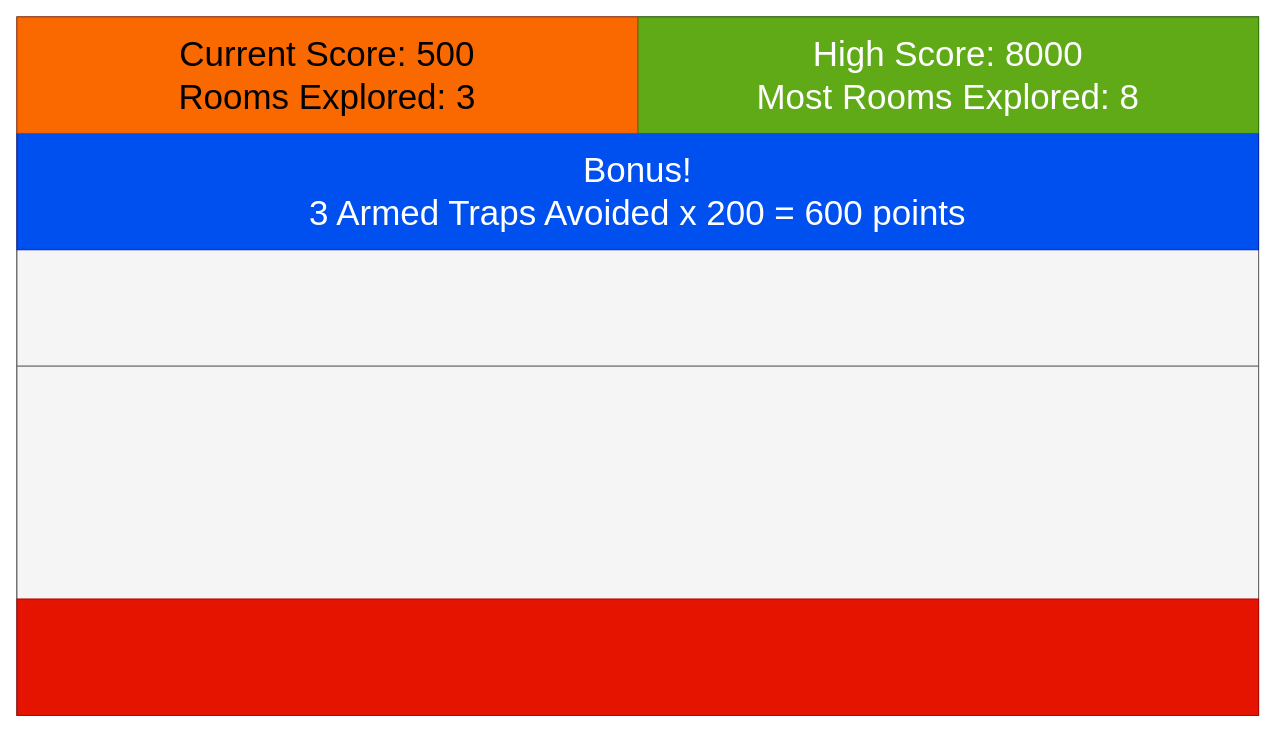
The draw.io diagram docs/wireframes/ScoreUI-Sizing.drawio in divark/escaping-the-depths, before the edit. Source tidied: cells renumbered, new cells numbered last; positions are measured from the earlier drawing's top-left corner, leaving out a move shared by most shapes. Both pictures are drawn from the tidied source at 97%, with x=0, y=0 at pixel (16, 16).
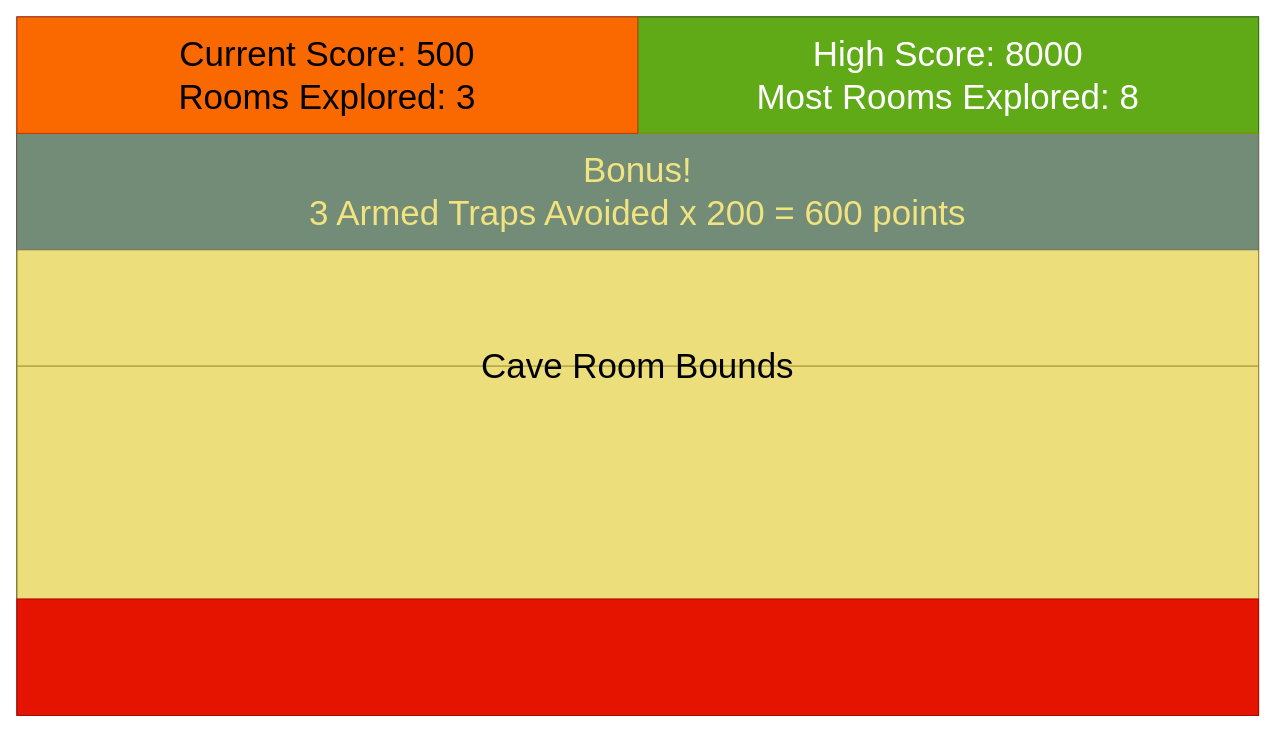
The same diagram, later.

Commit message (it also covers changes not shown here):
Limit size of room to size of screen. Update wireframe to reflect new feature. Refactor from hardcoded tile size into TileSize resource.

Change to the diagram source:
```diff
@@
 <mxGraphModel>
   <root>
     <mxCell id="0" />
     <mxCell id="1" parent="0" />
     <mxCell id="2" style="group;" parent="1" vertex="1">
       <mxGeometry width="1280" height="720" as="geometry" />
     </mxCell>
     <mxCell id="3" style="rounded=0;whiteSpace=wrap;html=1;" parent="2" vertex="1">
       <mxGeometry width="1280" height="720" as="geometry" />
     </mxCell>
     <mxCell id="4" style="rounded=0;whiteSpace=wrap;html=1;fillColor=#f5f5f5;fontColor=#333333;strokeColor=#666666;" parent="2" vertex="1">
       <mxGeometry width="1280" height="360" as="geometry" />
     </mxCell>
     <mxCell id="5" style="rounded=0;whiteSpace=wrap;html=1;fillColor=#f5f5f5;fontColor=#333333;strokeColor=#666666;" parent="2" vertex="1">
       <mxGeometry y="360" width="1280" height="360" as="geometry" />
     </mxCell>
     <mxCell id="6" value="&lt;div&gt;&lt;font style=&quot;font-size: 36px;&quot;&gt;Bonus!&lt;/font&gt;&lt;/div&gt;&lt;div&gt;&lt;font style=&quot;font-size: 36px;&quot;&gt;3 Armed Traps Avoided x 200 = 600 points&lt;/font&gt;&lt;/div&gt;" style="rounded=0;whiteSpace=wrap;html=1;fillColor=#0050ef;fontColor=#ffffff;strokeColor=#001DBC;" parent="2" vertex="1">
       <mxGeometry y="120" width="1280" height="120" as="geometry" />
     </mxCell>
     <mxCell id="7" value="&lt;div&gt;&lt;font style=&quot;font-size: 36px;&quot;&gt;High Score: 8000&lt;/font&gt;&lt;/div&gt;&lt;div&gt;&lt;font style=&quot;font-size: 36px;&quot;&gt;Most Rooms Explored: 8&lt;/font&gt;&lt;/div&gt;" style="rounded=0;whiteSpace=wrap;html=1;fillColor=#60a917;fontColor=#ffffff;strokeColor=#2D7600;" parent="2" vertex="1">
       <mxGeometry x="640" width="640" height="120" as="geometry" />
     </mxCell>
+    <mxCell id="10" value="&lt;font style=&quot;font-size: 36px;&quot;&gt;Cave Room Bounds&lt;/font&gt;" style="rounded=0;whiteSpace=wrap;html=1;fillColor=#e3c800;fontColor=#000000;strokeColor=#B09500;glass=0;opacity=50;" parent="2" vertex="1">
+      <mxGeometry y="120" width="1280" height="480" as="geometry" />
+    </mxCell>
     <mxCell id="8" style="rounded=0;whiteSpace=wrap;html=1;fillColor=#e51400;fontColor=#ffffff;strokeColor=#B20000;" parent="1" vertex="1">
       <mxGeometry y="600" width="1280" height="120" as="geometry" />
     </mxCell>
     <mxCell id="9" value="&lt;div&gt;&lt;font style=&quot;font-size: 36px;&quot;&gt;Current Score: 500&lt;/font&gt;&lt;/div&gt;&lt;div&gt;&lt;font style=&quot;font-size: 36px;&quot;&gt;Rooms Explored: 3&lt;/font&gt;&lt;/div&gt;" style="rounded=0;whiteSpace=wrap;html=1;fillColor=#fa6800;fontColor=#000000;strokeColor=#C73500;" parent="1" vertex="1">
       <mxGeometry width="640" height="120" as="geometry" />
     </mxCell>
   </root>
 </mxGraphModel>
```
